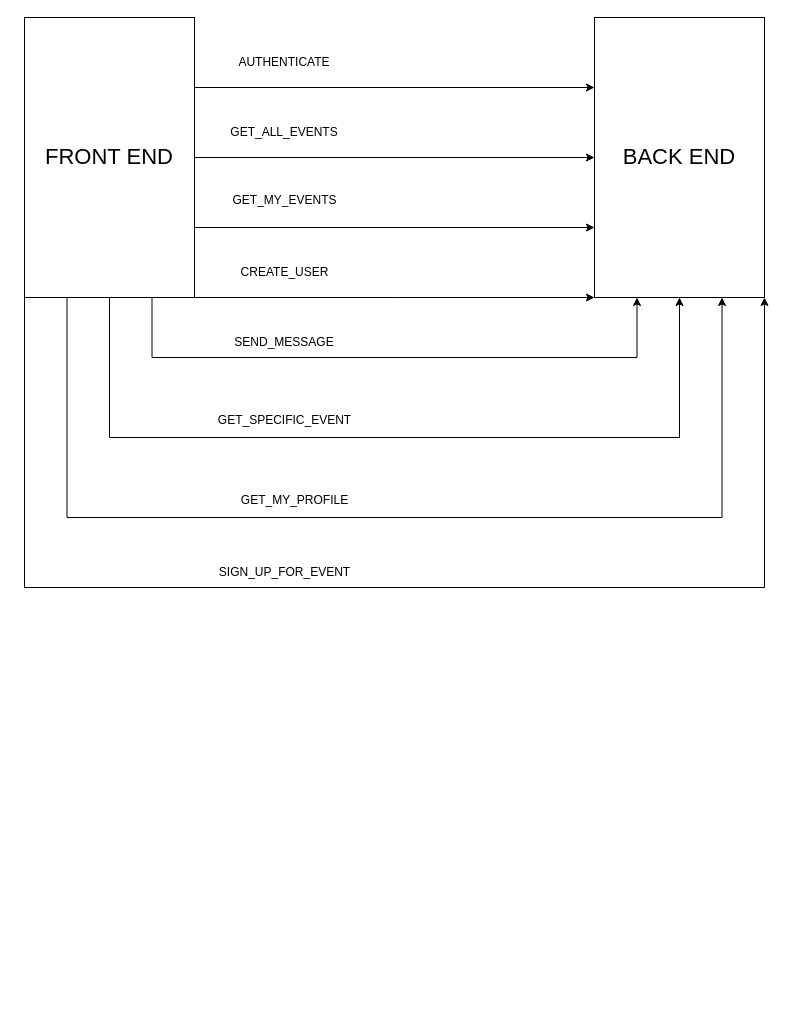
The draw.io diagram Untitled Diagram.drawio in RatsAreNice/ITU-2023, before the edit. Source tidied: cells renumbered, new cells numbered last; positions are measured from the earlier drawing's top-left corner, leaving out a move shared by most shapes. Both pictures are drawn from the tidied source at 100%, with x=0, y=0 at pixel (24, 17).
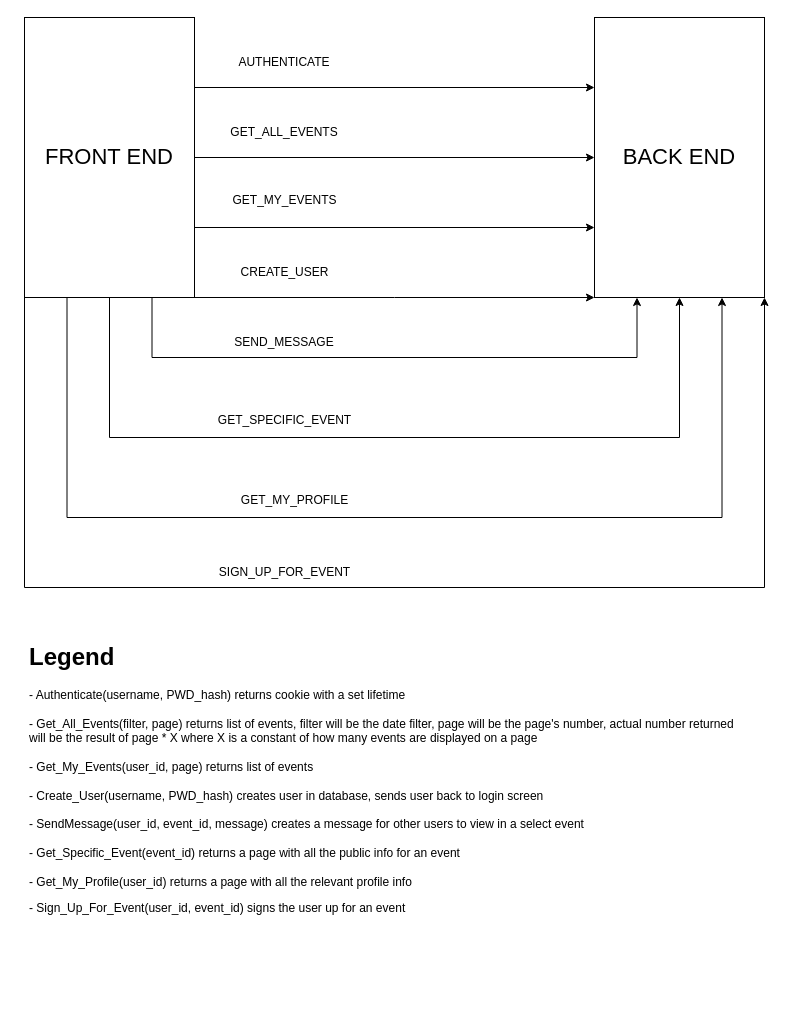
After the change.

Commit message:
API legend

Diff of the diagram source:
```diff
@@
+    <mxCell id="20" value="&lt;h1&gt;Legend&lt;/h1&gt;&lt;p&gt;- Authenticate(username, PWD_hash) returns cookie with a set lifetime&lt;br&gt;&lt;br&gt;- Get_All_Events(filter, page) returns list of events, filter will be the date filter, page will be the page's number, actual number returned will be the result of page * X where X is a constant of how many events are displayed on a page&lt;br&gt;&lt;br&gt;- Get_My_Events(user_id, page) returns list of events&lt;br&gt;&lt;br&gt;- Create_User(username, PWD_hash) creates user in database, sends user back to login screen&lt;br&gt;&lt;br&gt;- SendMessage(user_id, event_id, message) creates a message for other users to view in a select event&lt;br&gt;&lt;br&gt;- Get_Specific_Event(event_id) returns a page with all the public info for an event&lt;br&gt;&lt;br&gt;- Get_My_Profile(user_id) returns a page with all the relevant profile info&lt;/p&gt;&lt;p&gt;- Sign_Up_For_Event(user_id, event_id) signs the user up for an event&lt;br&gt;&lt;/p&gt;" style="text;html=1;strokeColor=none;fillColor=none;spacing=5;spacingTop=-20;whiteSpace=wrap;overflow=hidden;rounded=0;" parent="1" vertex="1">
+      <mxGeometry y="620" width="720" height="380" as="geometry" />
+    </mxCell>
```
